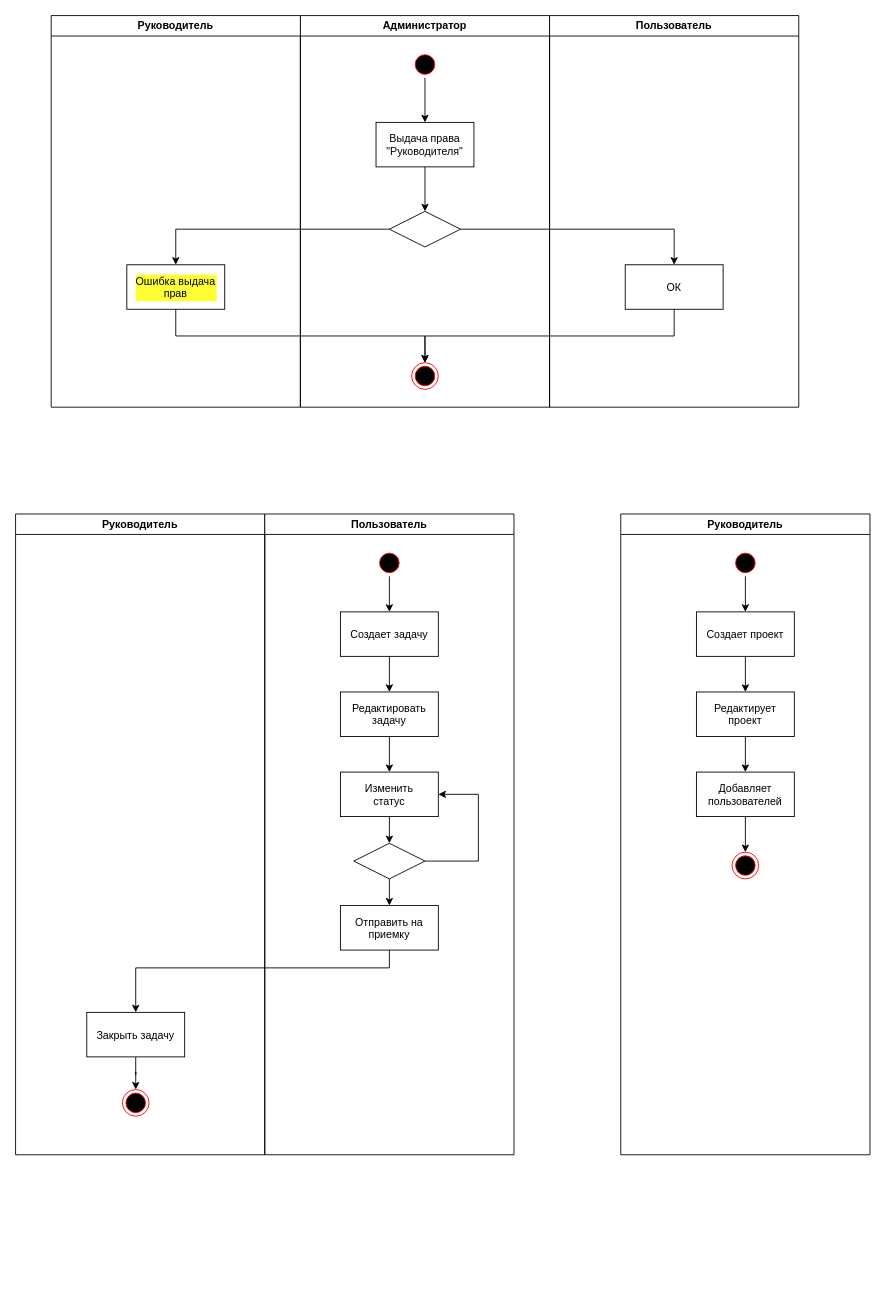
The draw.io diagram docs/diagrams/activity/base.drawio in chenko16/task-managment, before the edit. Source tidied: cells renumbered, new cells numbered last; positions are measured from the earlier drawing's top-left corner, leaving out a move shared by most shapes. Both pictures are drawn from the tidied source at 89%, with x=0, y=0 at pixel (15, 15).
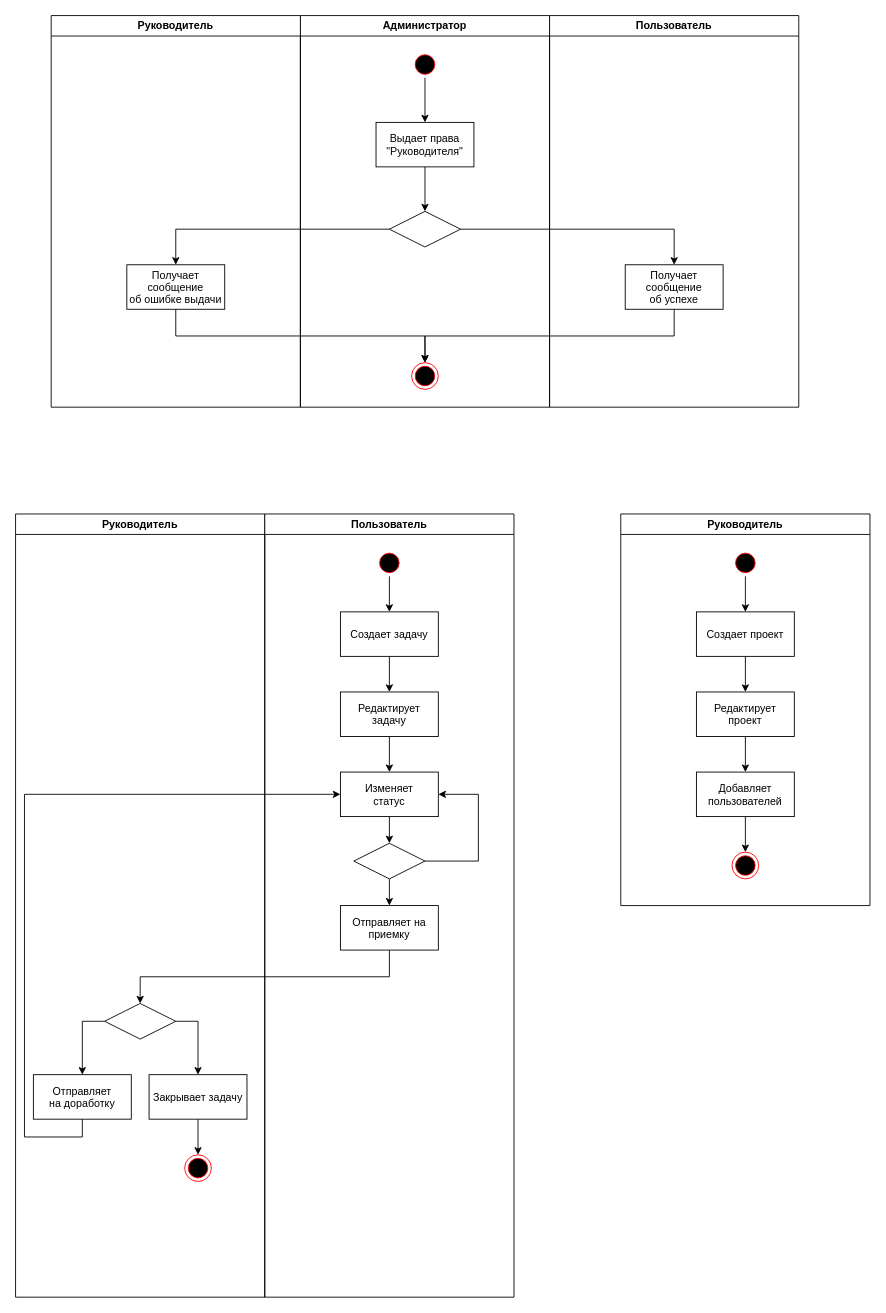
The same diagram, later.

Commit message:
Внес правки по замечаниям

Unchanged cells that the change refers to:
```xml
<mxCell id="2" value="Администратор" style="swimlane;whiteSpace=wrap;" parent="1" vertex="1">
  <mxGeometry x="320" width="280" height="440" as="geometry" />
</mxCell>
<mxCell id="9" value="Пользователь" style="swimlane;whiteSpace=wrap;" parent="1" vertex="1">
  <mxGeometry x="600" width="280" height="440" as="geometry" />
</mxCell>
<mxCell id="28" value="Руководитель" style="swimlane;whiteSpace=wrap;" parent="1" vertex="1">
  <mxGeometry x="40" width="280" height="440" as="geometry" />
</mxCell>
```

The edit, as a diff of the source:
```diff
@@
-    <mxCell id="6" value="Выдача права&#10;&quot;Руководителя&quot;" parent="2" vertex="1">
+    <mxCell id="6" value="Выдает права&#10;&quot;Руководителя&quot;" parent="2" vertex="1">
       <mxGeometry x="85" y="120" width="110" height="50" as="geometry" />
     </mxCell>
@@
-    <mxCell id="10" value="ОК" parent="9" vertex="1">
+    <mxCell id="10" value="Получает&#10;сообщение&#10;об успехе" parent="9" vertex="1">
       <mxGeometry x="85" y="280" width="110" height="50" as="geometry" />
     </mxCell>
     <mxCell id="11" value="Руководитель" style="swimlane;whiteSpace=wrap;" parent="1" vertex="1">
-      <mxGeometry y="560" width="280" height="720" as="geometry" />
+      <mxGeometry y="560" width="280" height="880" as="geometry" />
     </mxCell>
@@
-    <mxCell id="13" value="Закрыть задачу" parent="11" vertex="1">
-      <mxGeometry x="80" y="560" width="110" height="50" as="geometry" />
+    <mxCell id="13" value="Закрывает задачу" parent="11" vertex="1">
+      <mxGeometry x="150" y="630" width="110" height="50" as="geometry" />
     </mxCell>
     <mxCell id="14" style="ellipse;shape=endState;fillColor=#000000;strokeColor=#ff0000;" parent="11" vertex="1">
-      <mxGeometry x="120" y="646.7" width="30" height="30" as="geometry" />
+      <mxGeometry x="190" y="720" width="30" height="30" as="geometry" />
     </mxCell>
+    <mxCell id="45" style="edgeStyle=orthogonalEdgeStyle;rounded=0;jettySize=auto;html=1;exitX=1;exitY=0.5;exitDx=0;exitDy=0;fontColor=#000000;" parent="11" edge="1" source="47" target="13">
+      <mxGeometry relative="1" as="geometry">
+        <Array as="points">
+          <mxPoint x="205" y="570" />
+        </Array>
+      </mxGeometry>
+    </mxCell>
+    <mxCell id="46" style="edgeStyle=orthogonalEdgeStyle;rounded=0;jettySize=auto;html=1;exitX=0;exitY=0.5;exitDx=0;exitDy=0;fontColor=#000000;" parent="11" edge="1" source="47" target="48">
+      <mxGeometry relative="1" as="geometry" />
+    </mxCell>
+    <mxCell id="47" style="rhombus;whiteSpace=wrap;html=1;" parent="11" vertex="1">
+      <mxGeometry x="100" y="550" width="80" height="40" as="geometry" />
+    </mxCell>
+    <mxCell id="48" value="Отправляет&#10;на доработку" parent="11" vertex="1">
+      <mxGeometry x="20" y="630" width="110" height="50" as="geometry" />
+    </mxCell>
     <mxCell id="15" value="Пользователь" style="swimlane;whiteSpace=wrap;" parent="1" vertex="1">
-      <mxGeometry x="280" y="560" width="280" height="720" as="geometry" />
+      <mxGeometry x="280" y="560" width="280" height="880" as="geometry" />
     </mxCell>
@@
-    <mxCell id="21" value="Редактировать&#10;задачу" parent="15" vertex="1">
+    <mxCell id="21" value="Редактирует&#10;задачу" parent="15" vertex="1">
       <mxGeometry x="85" y="200" width="110" height="50" as="geometry" />
     </mxCell>
@@
-    <mxCell id="23" value="Изменить&#10;статус" parent="15" vertex="1">
+    <mxCell id="23" value="Изменяет&#10;статус" parent="15" vertex="1">
       <mxGeometry x="85" y="290" width="110" height="50" as="geometry" />
     </mxCell>
@@
-    <mxCell id="27" value="Отправить на&#10;приемку" parent="15" vertex="1">
+    <mxCell id="27" value="Отправляет на&#10;приемку" parent="15" vertex="1">
       <mxGeometry x="85" y="440" width="110" height="50" as="geometry" />
     </mxCell>
@@
-    <mxCell id="29" value="Ошибка выдача&#10;прав" style="labelBackgroundColor=#FFFF33;" parent="28" vertex="1">
+    <mxCell id="29" value="Получает&#10;сообщение&#10;об ошибке выдачи" style="labelBackgroundColor=none;labelBorderColor=none;fontColor=#000000;" parent="28" vertex="1">
       <mxGeometry x="85" y="280" width="110" height="50" as="geometry" />
     </mxCell>
@@
     <mxCell id="34" value="Руководитель" style="swimlane;whiteSpace=wrap;" parent="1" vertex="1">
-      <mxGeometry x="680" y="560" width="280" height="720" as="geometry" />
+      <mxGeometry x="680" y="560" width="280" height="440" as="geometry" />
     </mxCell>
@@
-    <mxCell id="44" style="edgeStyle=orthogonalEdgeStyle;rounded=0;jettySize=auto;html=1;exitX=0.5;exitY=1;exitDx=0;exitDy=0;entryX=0.5;entryY=0;entryDx=0;entryDy=0;" parent="1" edge="1" source="27" target="13">
-      <mxGeometry relative="1" as="geometry">
-        <Array as="points">
-          <mxPoint x="420" y="1070" />
-          <mxPoint x="135" y="1070" />
-        </Array>
-      </mxGeometry>
-    </mxCell>
+    <mxCell id="49" style="edgeStyle=orthogonalEdgeStyle;rounded=0;jettySize=auto;html=1;exitX=0.5;exitY=1;exitDx=0;exitDy=0;entryX=0.5;entryY=0;entryDx=0;entryDy=0;fontColor=#000000;" parent="1" edge="1" source="27" target="47">
+      <mxGeometry relative="1" as="geometry" />
+    </mxCell>
+    <mxCell id="50" style="edgeStyle=orthogonalEdgeStyle;rounded=0;jettySize=auto;html=1;exitX=0.5;exitY=1;exitDx=0;exitDy=0;entryX=0;entryY=0.5;entryDx=0;entryDy=0;fontColor=#000000;" parent="1" edge="1" source="48" target="23">
+      <mxGeometry relative="1" as="geometry">
+        <Array as="points">
+          <mxPoint x="75" y="1260" />
+          <mxPoint x="10" y="1260" />
+          <mxPoint x="10" y="875" />
+        </Array>
+      </mxGeometry>
+    </mxCell>
```
